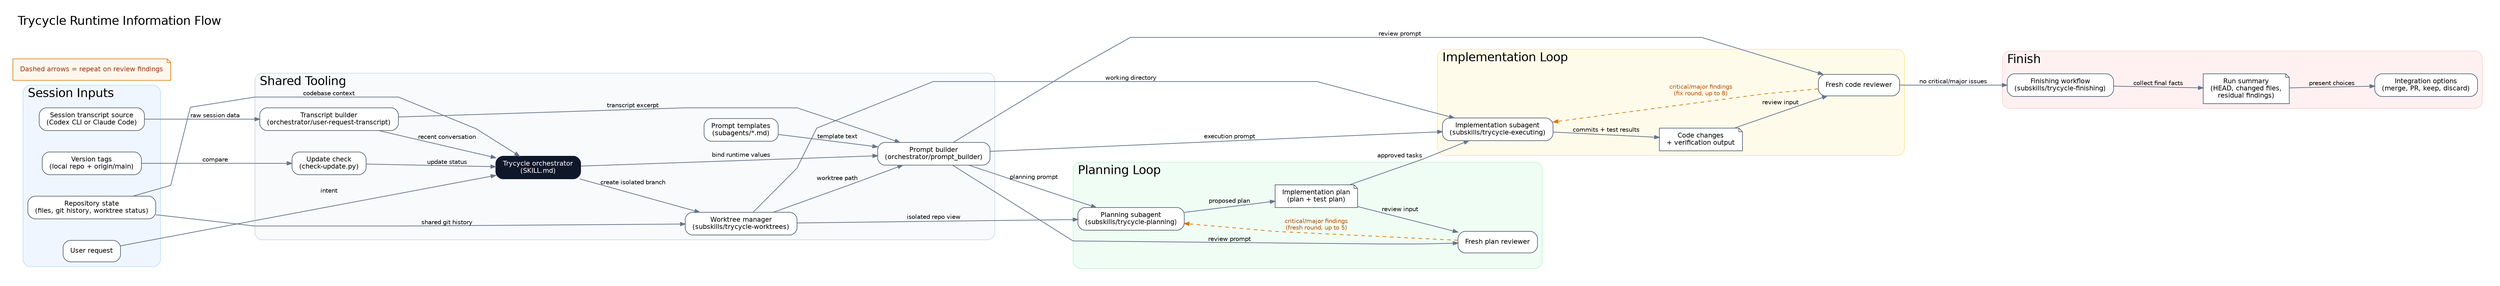
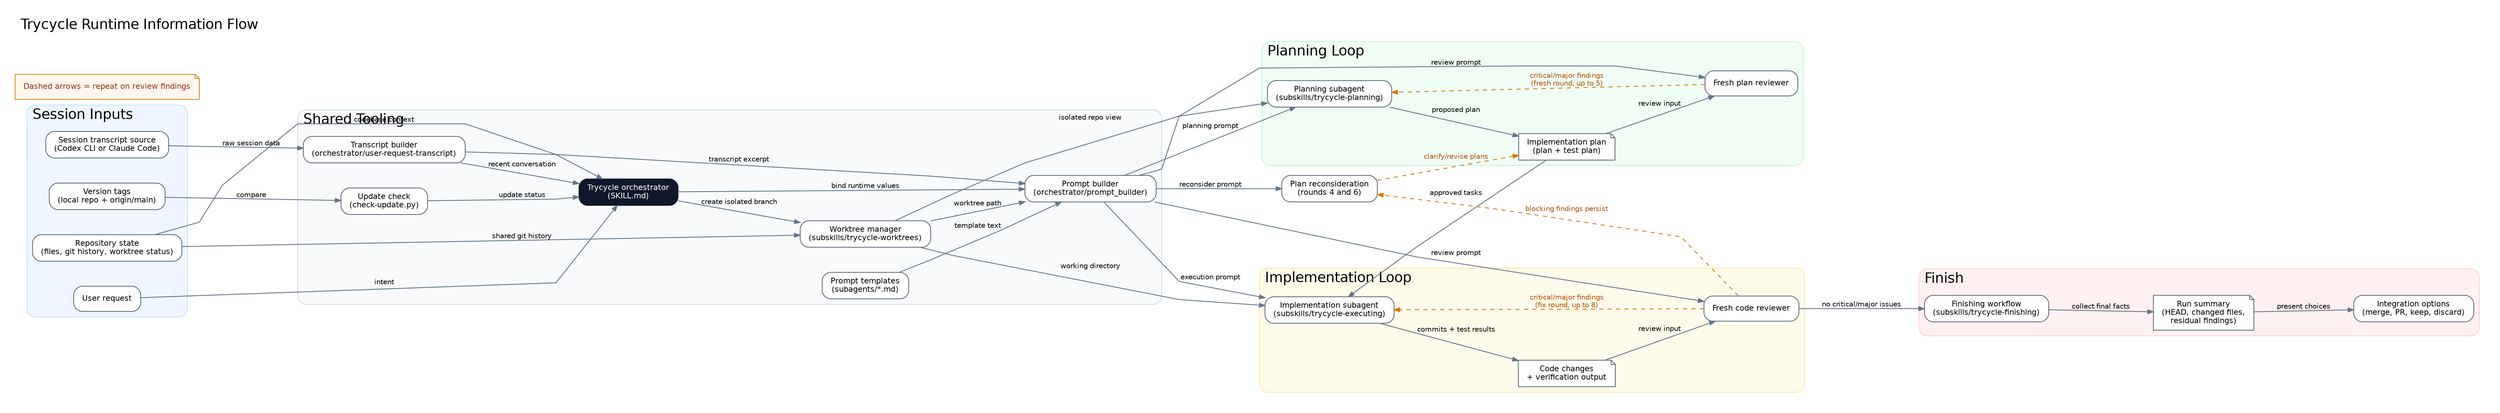
digraph trycycle_information_flow {
  graph [
    label="Trycycle Runtime Information Flow",
    labelloc=t,
    labeljust=l,
    rankdir=LR,
    splines=polyline,
    pad=0.3,
    nodesep=0.5,
    ranksep=0.9,
    bgcolor="white",
    fontname="Helvetica",
    fontsize=20
  ];

  node [
    shape=box,
    style="rounded,filled",
    fontname="Helvetica",
    fontsize=11,
    color="#475569",
    fillcolor="white",
    margin="0.16,0.10"
  ];

  edge [
    fontname="Helvetica",
    fontsize=10,
    color="#64748b",
    arrowsize=0.8,
    penwidth=1.2
  ];

  subgraph cluster_session {
    label="Session Inputs";
    color="#bfdbfe";
    fillcolor="#eff6ff";
    style="rounded,filled";

    user_request [label="User request"];
    repo_state [label="Repository state\n(files, git history, worktree status)"];
    transcript_source [label="Session transcript source\n(Codex CLI or Claude Code)"];
    version_tags [label="Version tags\n(local repo + origin/main)"];
  }

  subgraph cluster_tooling {
    label="Shared Tooling";
    color="#cbd5e1";
    fillcolor="#f8fafc";
    style="rounded,filled";

    orchestrator [
      label="Trycycle orchestrator\n(SKILL.md)",
      fillcolor="#0f172a",
      fontcolor="white",
      color="#0f172a"
    ];
    check_update [label="Update check\n(check-update.py)"];
    transcript_builder [label="Transcript builder\n(orchestrator/user-request-transcript)"];
    prompt_templates [label="Prompt templates\n(subagents/*.md)"];
    prompt_builder [label="Prompt builder\n(orchestrator/prompt_builder)"];
    worktree_manager [label="Worktree manager\n(subskills/trycycle-worktrees)"];
  }

  subgraph cluster_planning {
    label="Planning Loop";
    color="#bbf7d0";
    fillcolor="#f0fdf4";
    style="rounded,filled";

    planner [label="Planning subagent\n(subskills/trycycle-planning)"];
    implementation_plan [
      label="Implementation plan\n(plan + test plan)",
      shape=note,
      fillcolor="#ffffff"
    ];
    plan_reviewer [label="Fresh plan reviewer"];
  }

  subgraph cluster_execution {
    label="Implementation Loop";
    color="#fde68a";
    fillcolor="#fffbeb";
    style="rounded,filled";

    executor [label="Implementation subagent\n(subskills/trycycle-executing)"];
    code_artifacts [
      label="Code changes\n+ verification output",
      shape=note,
      fillcolor="#ffffff"
    ];
    post_review [label="Fresh code reviewer"];
  }

  subgraph cluster_finish {
    label="Finish";
    color="#fecdd3";
    fillcolor="#fff1f2";
    style="rounded,filled";

    finisher [label="Finishing workflow\n(subskills/trycycle-finishing)"];
    run_summary [
      label="Run summary\n(HEAD, changed files,\nresidual findings)",
      shape=note,
      fillcolor="#ffffff"
    ];
    integration [label="Integration options\n(merge, PR, keep, discard)"];
  }

  loop_legend [
    label="Dashed arrows = repeat on review findings",
    shape=note,
    fillcolor="#fff7ed",
    color="#d97706",
    fontcolor="#9a3412"
  ];

  user_request -> orchestrator [label="intent"];
  repo_state -> orchestrator [label="codebase context"];
  version_tags -> check_update [label="compare"];
  check_update -> orchestrator [label="update status"];
  transcript_source -> transcript_builder [label="raw session data"];
  transcript_builder -> orchestrator [label="recent conversation"];

  orchestrator -> worktree_manager [label="create isolated branch"];
  repo_state -> worktree_manager [label="shared git history"];
  orchestrator -> prompt_builder [label="bind runtime values"];
  prompt_templates -> prompt_builder [label="template text"];
  transcript_builder -> prompt_builder [label="transcript excerpt"];
  worktree_manager -> prompt_builder [label="worktree path"];

  prompt_builder -> planner [label="planning prompt"];
  worktree_manager -> planner [label="isolated repo view"];
  planner -> implementation_plan [label="proposed plan"];
  implementation_plan -> plan_reviewer [label="review input"];
  prompt_builder -> plan_reviewer [label="review prompt"];
  plan_reviewer -> planner [
    label="critical/major findings\n(fresh round, up to 5)",
    style=dashed,
    color="#d97706",
    fontcolor="#b45309"
  ];

  implementation_plan -> executor [label="approved tasks"];
  prompt_builder -> executor [label="execution prompt"];
  worktree_manager -> executor [label="working directory"];
  executor -> code_artifacts [label="commits + test results"];
  code_artifacts -> post_review [label="review input"];
  prompt_builder -> post_review [label="review prompt"];
+   plan_reconsider [
+     label="Plan reconsideration\n(rounds 4 and 6)",
+     fillcolor="#ffffff"
+   ];
+   prompt_builder -> plan_reconsider [label="reconsider prompt"];
+   post_review -> plan_reconsider [
+     label="blocking findings persist",
+     style=dashed,
+     color="#d97706",
+     fontcolor="#b45309"
+   ];
+   plan_reconsider -> implementation_plan [
+     label="clarify/revise plans",
+     style=dashed,
+     color="#d97706",
+     fontcolor="#b45309"
+   ];
  post_review -> executor [
    label="critical/major findings\n(fix round, up to 8)",
    style=dashed,
    color="#d97706",
    fontcolor="#b45309"
  ];

  post_review -> finisher [label="no critical/major issues"];
  finisher -> run_summary [label="collect final facts"];
  run_summary -> integration [label="present choices"];
}
